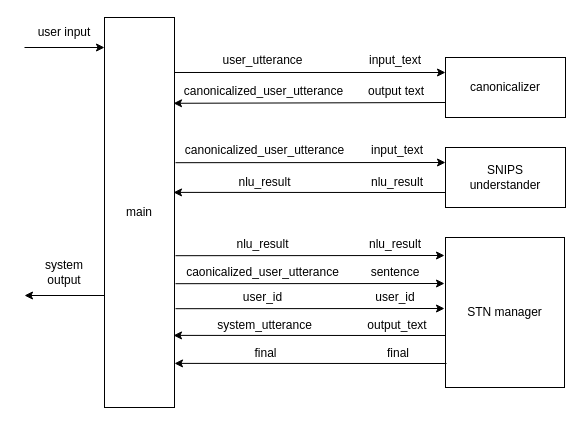
Before: docs/images/sample-arch.drawio in c4a-ri/dialbb, a draw.io diagram. Source tidied: cells renumbered, new cells numbered last; positions are measured from the earlier drawing's top-left corner, leaving out a move shared by most shapes. Both pictures are drawn from the tidied source at 100%, with x=0, y=0 at pixel (24, 17).
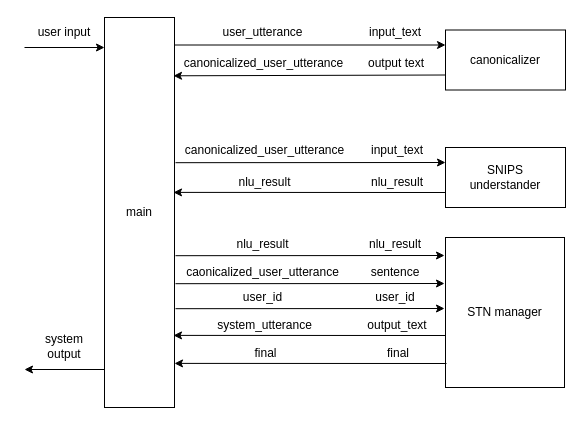
The same diagram, later.

Unchanged cells that the change refers to:
```xml
<mxCell id="2" value="main" style="rounded=0;whiteSpace=wrap;html=1;" parent="1" vertex="1">
  <mxGeometry x="80" width="70" height="390" as="geometry" />
</mxCell>
```

What changed in the source:
```diff
@@
     <mxCell id="3" value="canonicalizer" style="rounded=0;whiteSpace=wrap;html=1;" parent="1" vertex="1">
-      <mxGeometry x="421" y="40" width="120" height="60" as="geometry" />
+      <mxGeometry x="421" y="12.5" width="120" height="60" as="geometry" />
     </mxCell>
@@
-    <mxCell id="6" style="endArrow=classic;html=1;rounded=0;exitX=0.996;exitY=0.141;exitDx=0;exitDy=0;exitPerimeter=0;entryX=0;entryY=0.25;entryDx=0;entryDy=0;" parent="1" edge="1" source="2" target="3">
-      <mxGeometry relative="1" as="geometry" />
+    <mxCell id="6" style="endArrow=classic;html=1;rounded=0;exitX=0.996;exitY=0.141;exitDx=0;exitDy=0;exitPerimeter=0;entryX=0;entryY=0.25;entryDx=0;entryDy=0;" parent="1" edge="1" target="3">
+      <mxGeometry relative="1" as="geometry">
+        <mxPoint x="149.7" y="27.5" as="sourcePoint" />
+      </mxGeometry>
     </mxCell>
-    <mxCell id="7" style="endArrow=classic;html=1;rounded=0;exitX=0;exitY=0.75;exitDx=0;exitDy=0;entryX=0.986;entryY=0.22;entryDx=0;entryDy=0;entryPerimeter=0;" parent="1" edge="1" source="3" target="2">
-      <mxGeometry relative="1" as="geometry" />
+    <mxCell id="7" style="endArrow=classic;html=1;rounded=0;exitX=0;exitY=0.75;exitDx=0;exitDy=0;entryX=0.986;entryY=0.22;entryDx=0;entryDy=0;entryPerimeter=0;" parent="1" edge="1" source="3">
+      <mxGeometry relative="1" as="geometry">
+        <mxPoint x="149" y="58.3" as="targetPoint" />
+      </mxGeometry>
     </mxCell>
@@
     <mxCell id="12" style="endArrow=classic;html=1;rounded=0;exitX=0;exitY=0.75;exitDx=0;exitDy=0;" parent="1" edge="1">
       <mxGeometry relative="1" as="geometry">
-        <mxPoint x="80" y="278" as="sourcePoint" />
-        <mxPoint y="278" as="targetPoint" />
+        <mxPoint x="80" y="352" as="sourcePoint" />
+        <mxPoint y="352" as="targetPoint" />
       </mxGeometry>
     </mxCell>
@@
     <mxCell id="14" value="system output" style="text;html=1;strokeColor=none;fillColor=none;align=center;verticalAlign=middle;whiteSpace=wrap;rounded=0;" parent="1" vertex="1">
-      <mxGeometry x="10" y="240" width="60" height="30" as="geometry" />
+      <mxGeometry x="10" y="314" width="60" height="30" as="geometry" />
     </mxCell>
     <mxCell id="15" value="input_text" style="text;html=1;strokeColor=none;fillColor=none;align=center;verticalAlign=middle;whiteSpace=wrap;rounded=0;" parent="1" vertex="1">
-      <mxGeometry x="341" y="27.5" width="60" height="30" as="geometry" />
+      <mxGeometry x="341" width="60" height="30" as="geometry" />
     </mxCell>
     <mxCell id="16" value="user_utterance" style="text;html=1;strokeColor=none;fillColor=none;align=center;verticalAlign=middle;whiteSpace=wrap;rounded=0;" parent="1" vertex="1">
-      <mxGeometry x="196" y="31" width="85" height="23" as="geometry" />
+      <mxGeometry x="196" y="3.5" width="85" height="23" as="geometry" />
     </mxCell>
     <mxCell id="17" value="canonicalized_user_utterance" style="text;html=1;strokeColor=none;fillColor=none;align=center;verticalAlign=middle;whiteSpace=wrap;rounded=0;" parent="1" vertex="1">
-      <mxGeometry x="197" y="62" width="85" height="23" as="geometry" />
+      <mxGeometry x="197" y="34.5" width="85" height="23" as="geometry" />
     </mxCell>
     <mxCell id="18" value="output text" style="text;html=1;strokeColor=none;fillColor=none;align=center;verticalAlign=middle;whiteSpace=wrap;rounded=0;" parent="1" vertex="1">
-      <mxGeometry x="342" y="58.5" width="60" height="30" as="geometry" />
+      <mxGeometry x="342" y="31" width="60" height="30" as="geometry" />
     </mxCell>
```
